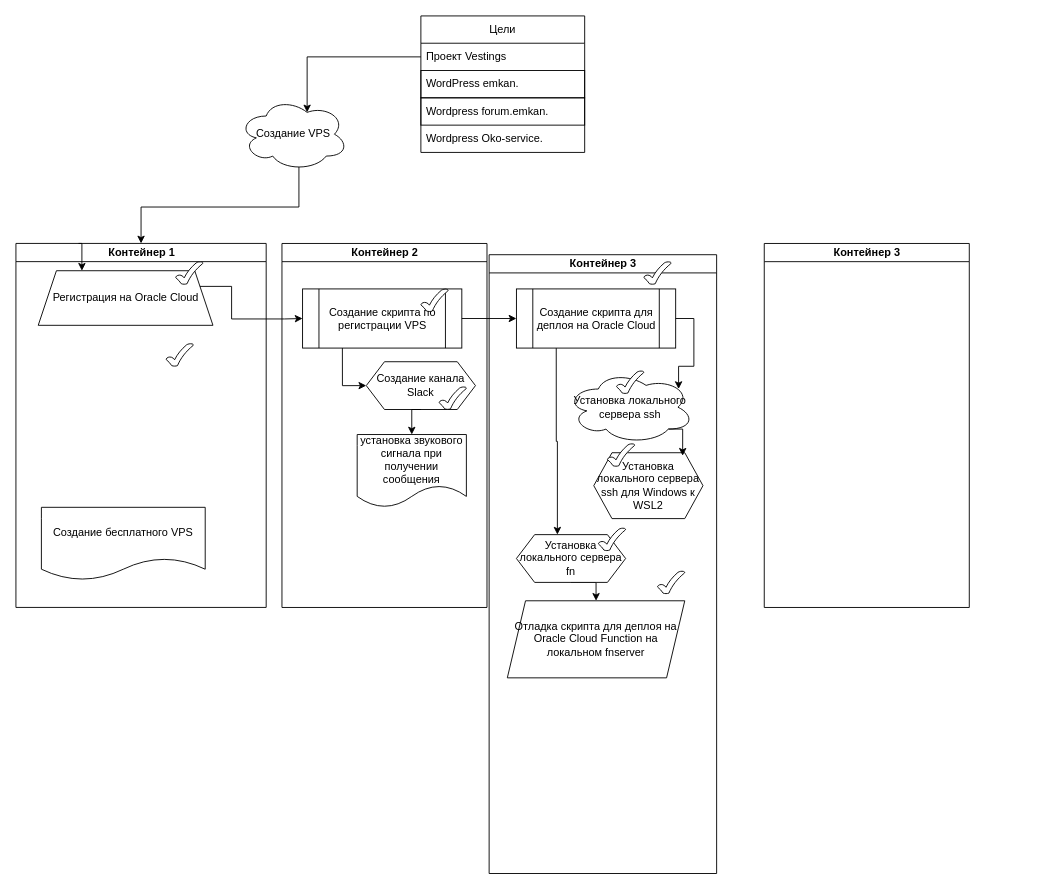
ElvenRivendil/Diagrams_blocks_algoritms keeps this draw.io diagram as ЖИЦЗО_1.drawio. Above is the earlier version. Source tidied: cells renumbered, new cells numbered last; positions are measured from the earlier drawing's top-left corner, leaving out a move shared by most shapes. Both pictures are drawn from the tidied source at 91%, with x=0, y=0 at pixel (-42, 15).
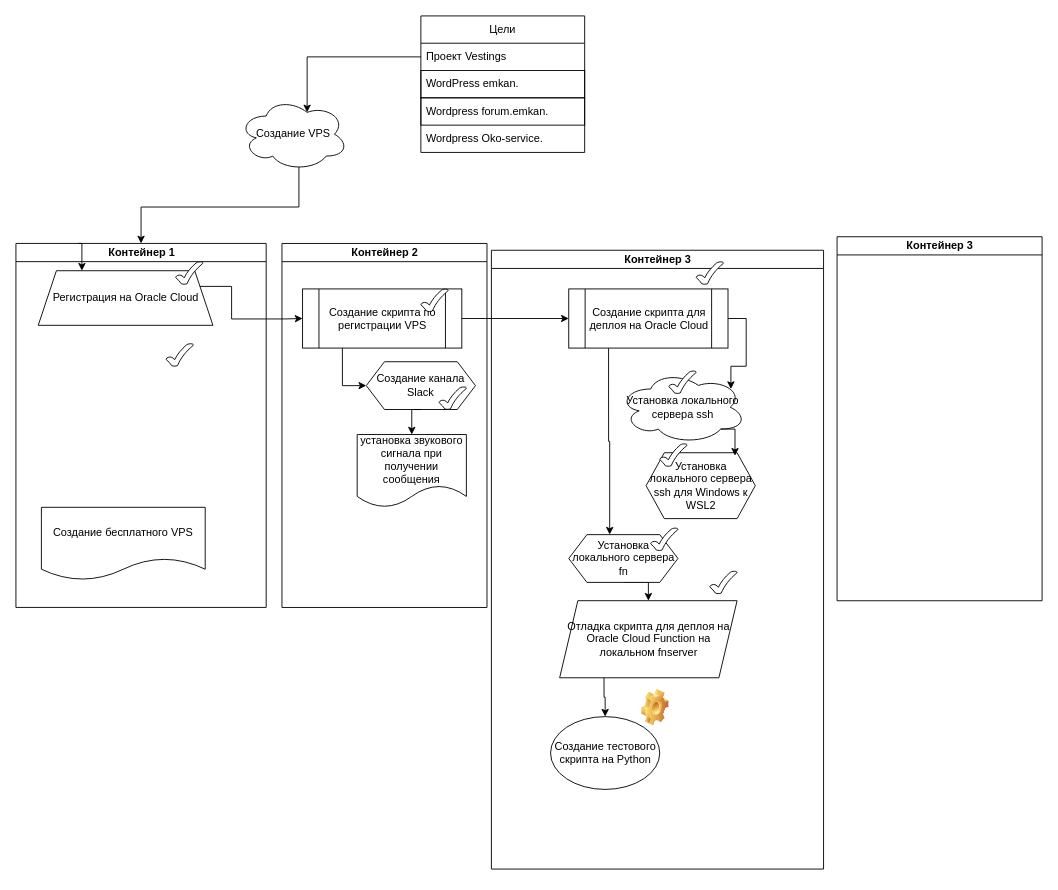
After the change.

The edit, as a diff of the source:
```diff
@@
     <mxCell id="25" value="&lt;div&gt;Контейнер 3&lt;/div&gt;" style="swimlane;html=1;startSize=20;horizontal=0;rotation=90;" parent="1" vertex="1">
-      <mxGeometry x="368" y="477.4" width="680" height="250" as="geometry" />
+      <mxGeometry x="428" y="415" width="680" height="365" as="geometry" />
     </mxCell>
@@
     <mxCell id="27" value="Создание скрипта для деплоя на Oracle Cloud" style="shape=process;whiteSpace=wrap;html=1;backgroundOutline=1;" parent="25" vertex="1">
-      <mxGeometry x="245" y="-177.4" width="175" height="65" as="geometry" />
+      <mxGeometry x="242.5" y="-115" width="175" height="65" as="geometry" />
     </mxCell>
@@
     <mxCell id="29" value="&lt;div&gt;Установка локального сервера fn&lt;/div&gt;" style="shape=hexagon;perimeter=hexagonPerimeter2;whiteSpace=wrap;html=1;fixedSize=1;" parent="25" vertex="1">
-      <mxGeometry x="245" y="92.6" width="120" height="52.5" as="geometry" />
+      <mxGeometry x="242.5" y="155" width="120" height="52.5" as="geometry" />
     </mxCell>
     <mxCell id="30" value="Установка локального сервера ssh" style="ellipse;shape=cloud;whiteSpace=wrap;html=1;" parent="25" vertex="1">
-      <mxGeometry x="300" y="-87.4" width="140" height="80" as="geometry" />
+      <mxGeometry x="297.5" y="-25" width="140" height="80" as="geometry" />
     </mxCell>
@@
     <mxCell id="32" value="&lt;div&gt;Установка локального сервера ssh для Windows к WSL2&lt;/div&gt;" style="shape=hexagon;perimeter=hexagonPerimeter2;whiteSpace=wrap;html=1;fixedSize=1;" parent="25" vertex="1">
-      <mxGeometry x="330" y="2.6" width="120" height="72.4" as="geometry" />
+      <mxGeometry x="327.5" y="65" width="120" height="72.4" as="geometry" />
     </mxCell>
@@
     <mxCell id="34" style="verticalLabelPosition=bottom;verticalAlign=top;html=1;shape=mxgraph.basic.tick;" parent="25" vertex="1">
-      <mxGeometry x="385" y="-207.4" width="30" height="25" as="geometry" />
+      <mxGeometry x="382.5" y="-145" width="30" height="25" as="geometry" />
     </mxCell>
     <mxCell id="35" style="verticalLabelPosition=bottom;verticalAlign=top;html=1;shape=mxgraph.basic.tick;" parent="25" vertex="1">
-      <mxGeometry x="355" y="-87.4" width="30" height="25" as="geometry" />
+      <mxGeometry x="352.5" y="-25" width="30" height="25" as="geometry" />
     </mxCell>
     <mxCell id="36" style="verticalLabelPosition=bottom;verticalAlign=top;html=1;shape=mxgraph.basic.tick;" parent="25" vertex="1">
-      <mxGeometry x="335" y="85.3" width="30" height="25" as="geometry" />
+      <mxGeometry x="332.5" y="147.6" width="30" height="25" as="geometry" />
     </mxCell>
     <mxCell id="37" style="verticalLabelPosition=bottom;verticalAlign=top;html=1;shape=mxgraph.basic.tick;" parent="25" vertex="1">
-      <mxGeometry x="345" y="-7.4" width="30" height="25" as="geometry" />
+      <mxGeometry x="342.5" y="55" width="30" height="25" as="geometry" />
     </mxCell>
+    <mxCell id="42" style="edgeStyle=orthogonalEdgeStyle;rounded=0;jettySize=auto;html=1;exitX=0.25;exitY=1;exitDx=0;exitDy=0;entryX=0.5;entryY=0;entryDx=0;entryDy=0;" parent="25" edge="1" source="38" target="43">
+      <mxGeometry relative="1" as="geometry" />
+    </mxCell>
     <mxCell id="38" value="Отладка скрипта для деплоя на Oracle Cloud Function на локальном fnserver" style="shape=parallelogram;perimeter=parallelogramPerimeter;whiteSpace=wrap;html=1;fixedSize=1;" parent="25" vertex="1">
-      <mxGeometry x="235" y="165.3" width="195" height="84.7" as="geometry" />
+      <mxGeometry x="232.5" y="227.6" width="195" height="84.7" as="geometry" />
     </mxCell>
     <mxCell id="39" style="verticalLabelPosition=bottom;verticalAlign=top;html=1;shape=mxgraph.basic.tick;" parent="25" vertex="1">
-      <mxGeometry x="400" y="132.6" width="30" height="25" as="geometry" />
+      <mxGeometry x="397.5" y="195" width="30" height="25" as="geometry" />
     </mxCell>
+    <mxCell id="43" value="Создание тестового скрипта на Python" style="ellipse;whiteSpace=wrap;html=1;" parent="25" vertex="1">
+      <mxGeometry x="222.5" y="355" width="120" height="80" as="geometry" />
+    </mxCell>
+    <mxCell id="44" style="shape=image;html=1;verticalLabelPosition=bottom;verticalAlign=top;imageAspect=0;image=img/clipart/Gear_128x128.png;" parent="25" vertex="1">
+      <mxGeometry x="322.5" y="325" width="30" height="40" as="geometry" />
+    </mxCell>
     <mxCell id="40" value="&lt;div&gt;Контейнер 3&lt;/div&gt;" style="swimlane;html=1;startSize=20;horizontal=0;rotation=90;" parent="1" vertex="1">
-      <mxGeometry x="798" y="337.4" width="400" height="225.3" as="geometry" />
+      <mxGeometry x="878" y="330" width="400" height="225.3" as="geometry" />
     </mxCell>
```
